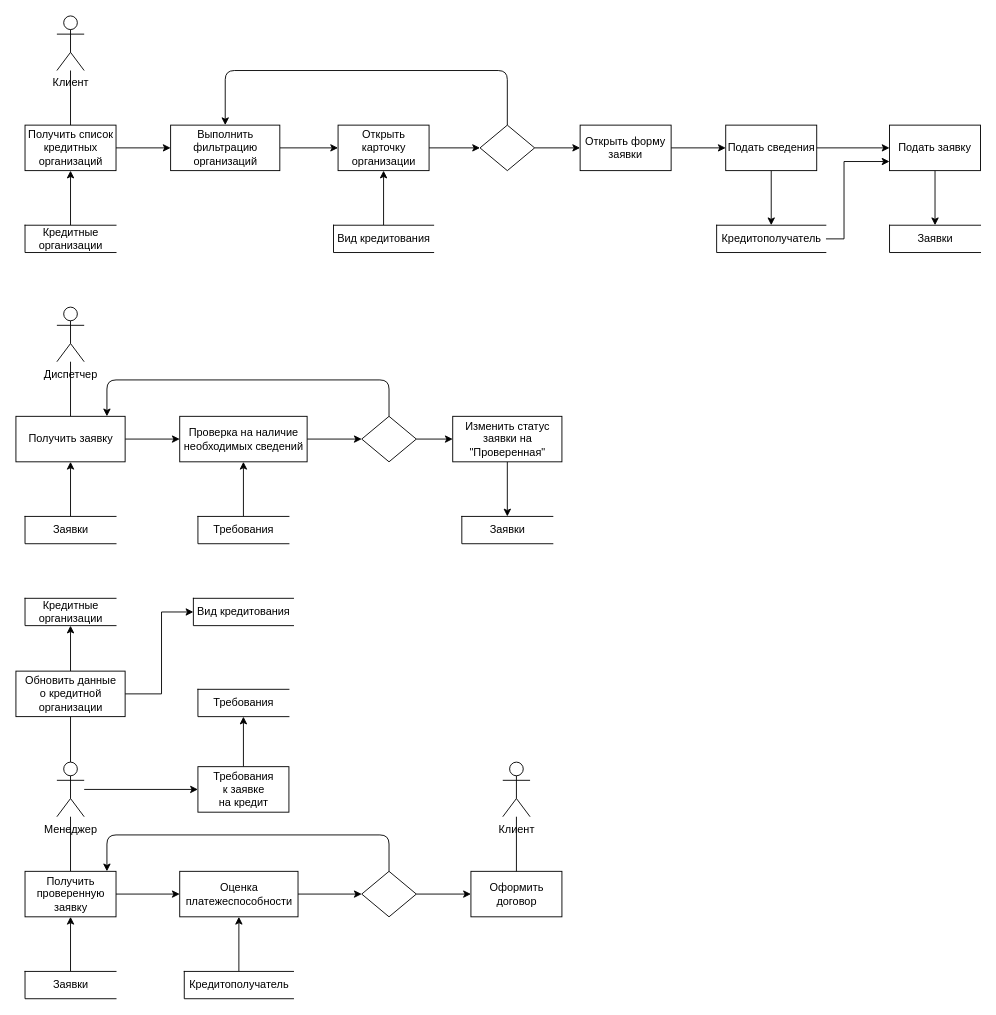
This is Diagrams/Data Flow.drawio from sothug/Loan-applications, a draw.io file, before an edit. Source tidied: cells renumbered, new cells numbered last; positions are measured from the earlier drawing's top-left corner, leaving out a move shared by most shapes. Both pictures are drawn from the tidied source at 91%, with x=0, y=0 at pixel (15, 15).
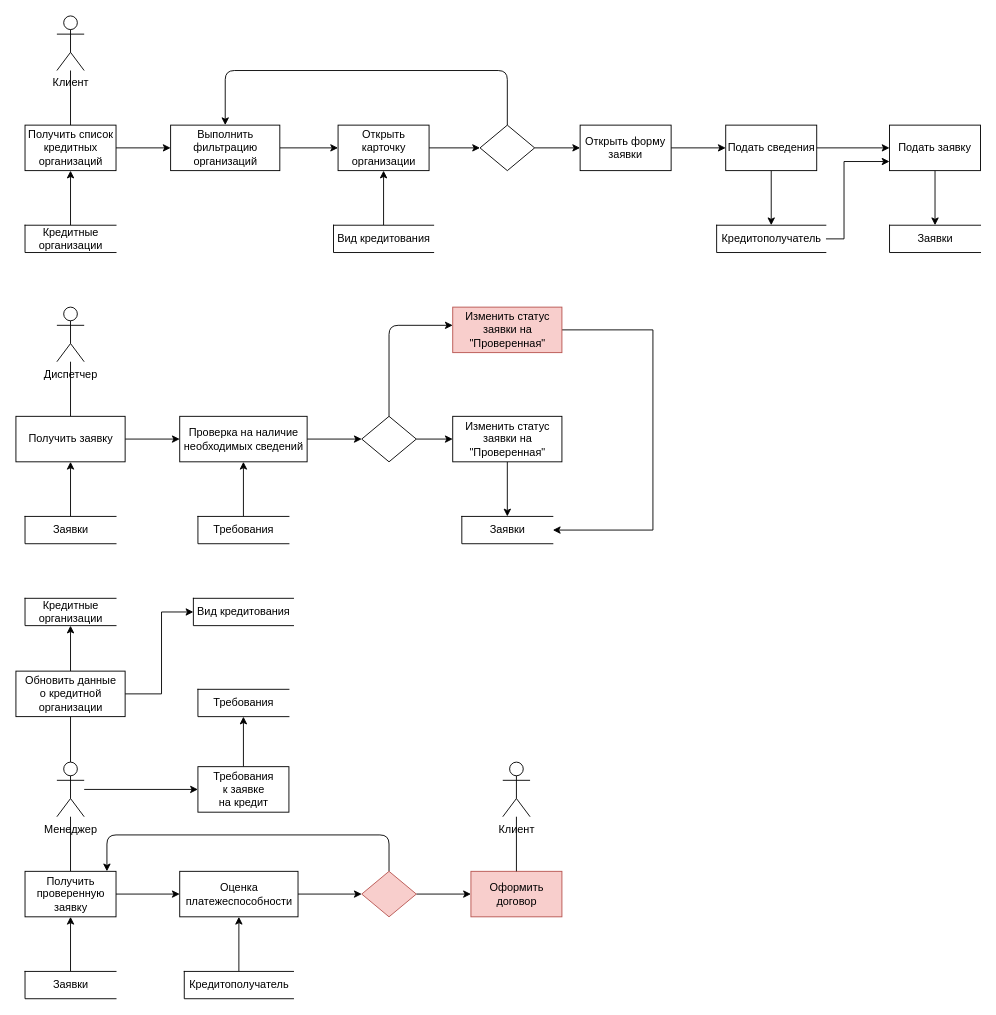
Above is the later version.

Unchanged cells that the change refers to:
```xml
<mxCell id="28" value="Получить заявку" style="html=1;dashed=0;whitespace=wrap;" parent="1" vertex="1">
  <mxGeometry y="440" width="120" height="50" as="geometry" />
</mxCell>
<mxCell id="35" style="shape=rhombus;html=1;dashed=0;whitespace=wrap;perimeter=rhombusPerimeter;" parent="1" vertex="1">
  <mxGeometry x="380" y="440" width="60" height="50" as="geometry" />
</mxCell>
<mxCell id="38" value="Заявки" style="html=1;dashed=0;whitespace=wrap;shape=partialRectangle;right=0;" parent="1" vertex="1">
  <mxGeometry x="490" y="550" width="100" height="30" as="geometry" />
</mxCell>
```

Diff of the diagram source:
```diff
@@
-    <mxCell id="33" style="edgeStyle=orthogonalEdgeStyle;rounded=1;jettySize=auto;html=1;endArrow=classic;endFill=1;" parent="1" edge="1" source="35" target="28">
+    <mxCell id="33" style="edgeStyle=orthogonalEdgeStyle;rounded=1;jettySize=auto;html=1;endArrow=classic;endFill=1;" parent="1" edge="1" source="35" target="70">
       <mxGeometry relative="1" as="geometry">
         <Array as="points">
-          <mxPoint x="410" y="400" />
-          <mxPoint x="100" y="400" />
+          <mxPoint x="410" y="340" />
         </Array>
       </mxGeometry>
     </mxCell>
@@
-    <mxCell id="51" style="shape=rhombus;html=1;dashed=0;whitespace=wrap;perimeter=rhombusPerimeter;" parent="1" vertex="1">
+    <mxCell id="51" style="shape=rhombus;html=1;dashed=0;whitespace=wrap;perimeter=rhombusPerimeter;fillColor=#f8cecc;strokeColor=#b85450;" parent="1" vertex="1">
       <mxGeometry x="380" y="940" width="60" height="50" as="geometry" />
     </mxCell>
-    <mxCell id="52" value="Оформить&lt;br&gt;договор" style="html=1;dashed=0;whitespace=wrap;" parent="1" vertex="1">
+    <mxCell id="52" value="Оформить&lt;br&gt;договор" style="html=1;dashed=0;whitespace=wrap;fillColor=#f8cecc;strokeColor=#b85450;" parent="1" vertex="1">
       <mxGeometry x="500" y="940" width="100" height="50" as="geometry" />
     </mxCell>
@@
+    <mxCell id="69" style="edgeStyle=orthogonalEdgeStyle;rounded=0;jettySize=auto;html=1;" parent="1" edge="1" source="70" target="38">
+      <mxGeometry relative="1" as="geometry">
+        <Array as="points">
+          <mxPoint x="700" y="345" />
+          <mxPoint x="700" y="565" />
+        </Array>
+      </mxGeometry>
+    </mxCell>
+    <mxCell id="70" value="Изменить статус&lt;br&gt;заявки на&lt;br&gt;&quot;Проверенная&quot;" style="html=1;dashed=0;whitespace=wrap;fillColor=#f8cecc;strokeColor=#b85450;" parent="1" vertex="1">
+      <mxGeometry x="480" y="320" width="120" height="50" as="geometry" />
+    </mxCell>
```
